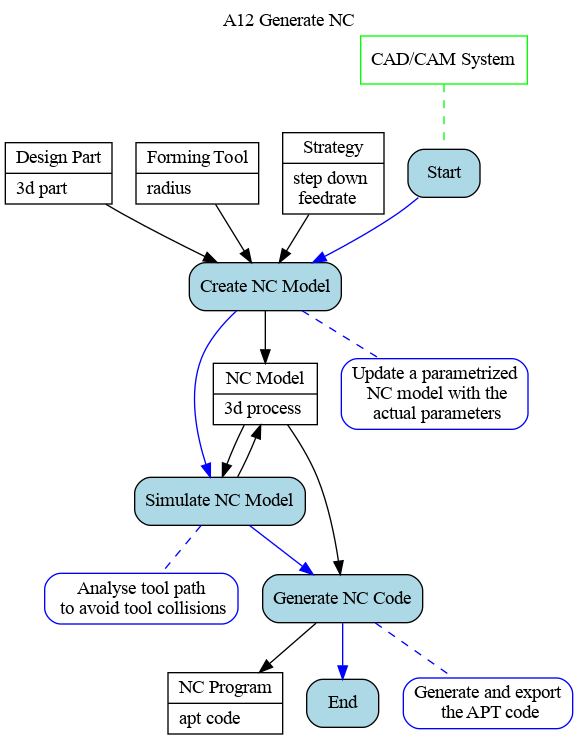
ModelsforManufacturing/hole-flanging-by-SPIF-in-a-single-stage keeps this Graphviz diagram as Ontology_Layer/Behaviour_Model/02_A12.gv.png. Above is the earlier version. Its source is kept beside it as Ontology_Layer/Behaviour_Model/02_A12.gv. Source of this version:
```dot
digraph behaviourmodel {

labelloc="t"
label="A12 Generate NC"

node [shape=record, style=filled, fillcolor=white, color=black]
part [label="{Design Part | 3d part \l}"]
tool [label="{Forming Tool | radius \l}"]
strategy [label="{Strategy | step down \l feedrate \l}"]
program [label="{NC Program | apt code \l}"]
nc [label="{NC Model | 3d process \l}"]

node [shape=box, style=filled, fillcolor=white, color=green]
m1 [label="CAD/CAM System"]

node [shape=box, style="filled, rounded", fillcolor=lightblue, color=black]
Start
t1 [label="Create NC Model"]
t2 [label="Simulate NC Model"]
t3 [label="Generate NC Code"]
End

node [shape=box, style="filled, rounded", fillcolor=white, color=blue]
r1 [label="Update a parametrized\n NC model with the\n actual parameters"]
r2 [label="Analyse tool path\n to avoid tool collisions"]
r3 [label="Generate and export\n the APT code"]

edge [dir=none, color=blue, style=dashed]
t1 -> r1
t2 -> r2
t3 -> r3

edge [dir=forward, color=blue, fontcolor=blue, style=solid]
Start -> t1 -> t2 -> t3 -> End

edge [dir=none, color=green, style=dashed]
m1 -> Start

edge [dir=forward, color=black, fontcolor=black, style=solid]
{part, tool, strategy} -> t1 -> nc
nc -> t2
t2 -> nc
nc -> t3 -> program

node [shape=ellipse, style=filled, fillcolor=white, color=red]

edge [dir=none, color=red, style=dashed]

}
```
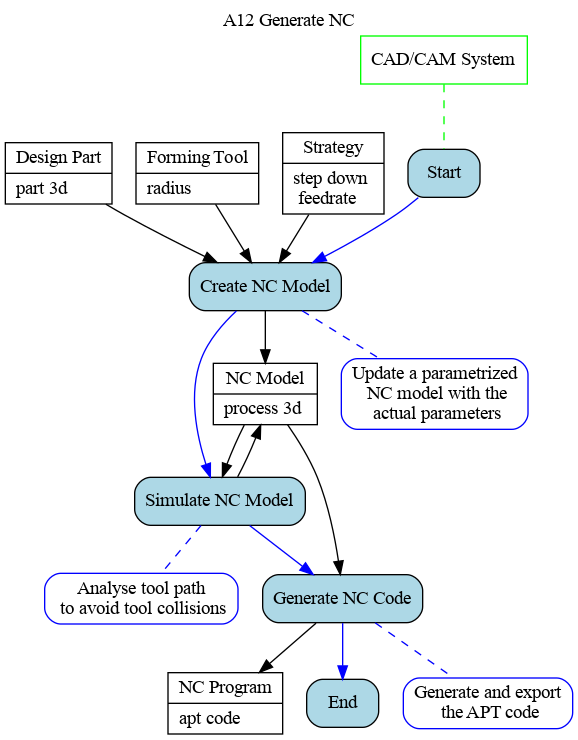
The same diagram one commit later.

Change to the diagram source:
```diff
@@ -4,11 +4,11 @@
 label="A12 Generate NC"
 
 node [shape=record, style=filled, fillcolor=white, color=black]
-part [label="{Design Part | 3d part \l}"]
+part [label="{Design Part | part 3d \l}"]
 tool [label="{Forming Tool | radius \l}"]
 strategy [label="{Strategy | step down \l feedrate \l}"]
 program [label="{NC Program | apt code \l}"]
-nc [label="{NC Model | 3d process \l}"]
+nc [label="{NC Model | process 3d \l}"]
 
 node [shape=box, style=filled, fillcolor=white, color=green]
 m1 [label="CAD/CAM System"]
```
